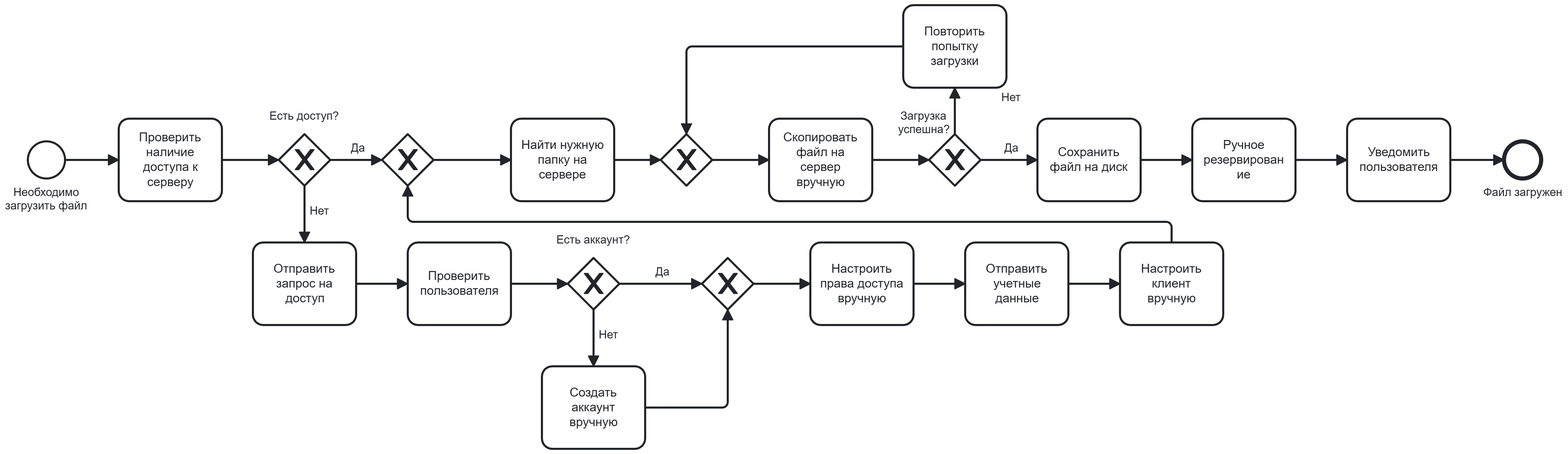
This is docs/imgs/as-is-file-management.png from Nice0Man/object-storage, a BPMN export, as it was before one commit. Its source is kept beside it as docs/bpmn/as-is-file-management.bpmn. Ids are renumbered.
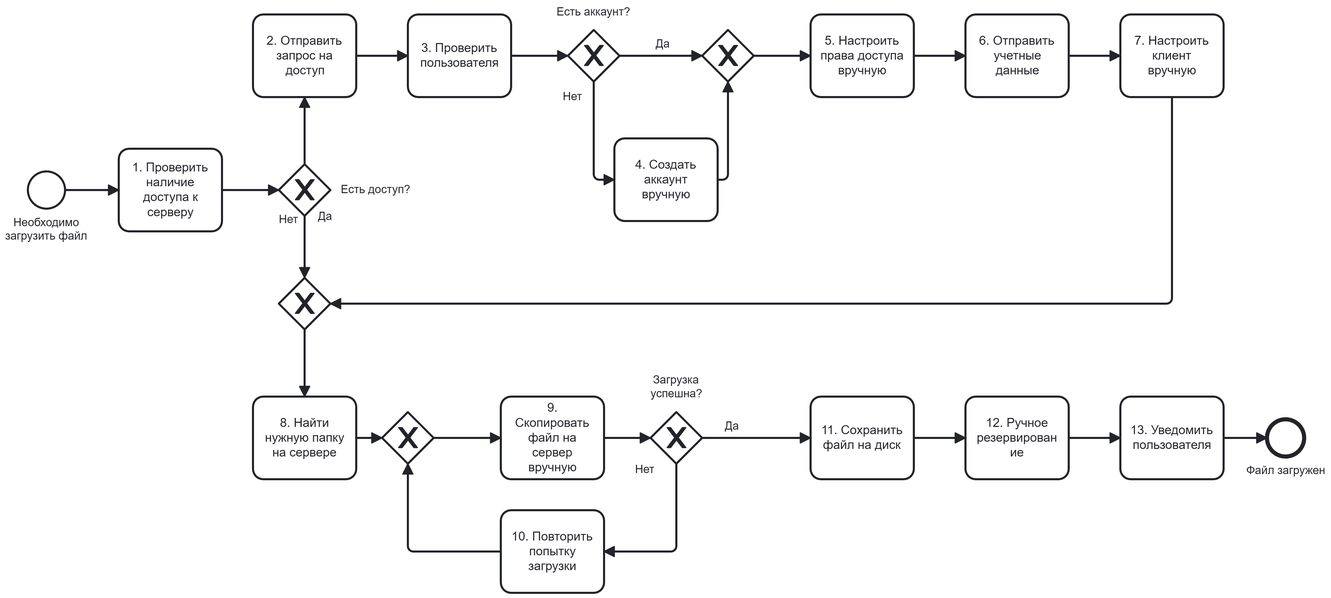
Above is the later version.

What changed in the source:
```diff
@@ -3,7 +3,7 @@
     <bpmn:startEvent id="Event_Start" name="Необходимо загрузить файл">
       <bpmn:outgoing>Flow_1</bpmn:outgoing>
     </bpmn:startEvent>
-    <bpmn:task id="Task_CheckAccess" name="Проверить наличие доступа к серверу">
+    <bpmn:task id="Task_CheckAccess" name="1. Проверить наличие доступа к серверу">
       <bpmn:incoming>Flow_1</bpmn:incoming>
       <bpmn:outgoing>Flow_2</bpmn:outgoing>
     </bpmn:task>
@@ -12,11 +12,11 @@
       <bpmn:outgoing>Flow_3_Yes</bpmn:outgoing>
       <bpmn:outgoing>Flow_3_No</bpmn:outgoing>
     </bpmn:exclusiveGateway>
-    <bpmn:task id="Task_RequestAccess" name="Отправить запрос на доступ">
+    <bpmn:task id="Task_RequestAccess" name="2. Отправить запрос на доступ">
       <bpmn:incoming>Flow_3_No</bpmn:incoming>
       <bpmn:outgoing>Flow_4</bpmn:outgoing>
     </bpmn:task>
-    <bpmn:task id="Task_CheckUser" name="Проверить пользователя">
+    <bpmn:task id="Task_CheckUser" name="3. Проверить пользователя">
       <bpmn:incoming>Flow_4</bpmn:incoming>
       <bpmn:outgoing>Flow_5</bpmn:outgoing>
     </bpmn:task>
@@ -25,7 +25,7 @@
       <bpmn:outgoing>Flow_6_Yes</bpmn:outgoing>
       <bpmn:outgoing>Flow_6_No</bpmn:outgoing>
     </bpmn:exclusiveGateway>
-    <bpmn:task id="Task_CreateAccount" name="Создать аккаунт вручную">
+    <bpmn:task id="Task_CreateAccount" name="4. Создать аккаунт вручную">
       <bpmn:incoming>Flow_6_No</bpmn:incoming>
       <bpmn:outgoing>Flow_7</bpmn:outgoing>
     </bpmn:task>
@@ -34,15 +34,15 @@
       <bpmn:incoming>Flow_7</bpmn:incoming>
       <bpmn:outgoing>Flow_8</bpmn:outgoing>
     </bpmn:exclusiveGateway>
-    <bpmn:task id="Task_ConfigurePermissions" name="Настроить права доступа вручную">
+    <bpmn:task id="Task_ConfigurePermissions" name="5. Настроить права доступа вручную">
       <bpmn:incoming>Flow_8</bpmn:incoming>
       <bpmn:outgoing>Flow_9</bpmn:outgoing>
     </bpmn:task>
-    <bpmn:task id="Task_SendCredentials" name="Отправить учетные данные">
+    <bpmn:task id="Task_SendCredentials" name="6. Отправить учетные данные">
       <bpmn:incoming>Flow_9</bpmn:incoming>
       <bpmn:outgoing>Flow_10</bpmn:outgoing>
     </bpmn:task>
-    <bpmn:task id="Task_ConfigureClient" name="Настроить клиент вручную">
+    <bpmn:task id="Task_ConfigureClient" name="7. Настроить клиент вручную">
       <bpmn:incoming>Flow_10</bpmn:incoming>
       <bpmn:outgoing>Flow_11</bpmn:outgoing>
     </bpmn:task>
@@ -51,16 +51,16 @@
       <bpmn:incoming>Flow_11</bpmn:incoming>
       <bpmn:outgoing>Flow_12</bpmn:outgoing>
     </bpmn:exclusiveGateway>
-    <bpmn:task id="Task_FindFolder" name="Найти нужную папку на сервере">
+    <bpmn:task id="Task_FindFolder" name="8. Найти нужную папку на сервере">
       <bpmn:incoming>Flow_12</bpmn:incoming>
       <bpmn:outgoing>Flow_13</bpmn:outgoing>
     </bpmn:task>
     <bpmn:exclusiveGateway id="Gateway_BeforeUpload" name="">
+      <bpmn:incoming>Flow_Retry</bpmn:incoming>
       <bpmn:incoming>Flow_13</bpmn:incoming>
-      <bpmn:incoming>Flow_Retry</bpmn:incoming>
       <bpmn:outgoing>Flow_14</bpmn:outgoing>
     </bpmn:exclusiveGateway>
-    <bpmn:task id="Task_UploadFile" name="Скопировать файл на сервер вручную">
+    <bpmn:task id="Task_UploadFile" name="9. Скопировать файл на сервер вручную">
       <bpmn:incoming>Flow_14</bpmn:incoming>
       <bpmn:outgoing>Flow_15</bpmn:outgoing>
     </bpmn:task>
@@ -69,19 +69,19 @@
       <bpmn:outgoing>Flow_16_Yes</bpmn:outgoing>
       <bpmn:outgoing>Flow_16_No</bpmn:outgoing>
     </bpmn:exclusiveGateway>
-    <bpmn:task id="Task_RetryUpload" name="Повторить попытку загрузки">
+    <bpmn:task id="Task_RetryUpload" name="10. Повторить попытку загрузки">
       <bpmn:incoming>Flow_16_No</bpmn:incoming>
       <bpmn:outgoing>Flow_Retry</bpmn:outgoing>
     </bpmn:task>
-    <bpmn:task id="Task_SaveFile" name="Сохранить файл на диск">
+    <bpmn:task id="Task_SaveFile" name="11. Сохранить файл на диск">
       <bpmn:incoming>Flow_16_Yes</bpmn:incoming>
       <bpmn:outgoing>Flow_17</bpmn:outgoing>
     </bpmn:task>
-    <bpmn:task id="Task_ManualBackup" name="Ручное резервирование">
+    <bpmn:task id="Task_ManualBackup" name="12. Ручное резервирование">
       <bpmn:incoming>Flow_17</bpmn:incoming>
       <bpmn:outgoing>Flow_18</bpmn:outgoing>
     </bpmn:task>
-    <bpmn:task id="Task_NotifyUser" name="Уведомить пользователя">
+    <bpmn:task id="Task_NotifyUser" name="13. Уведомить пользователя">
       <bpmn:incoming>Flow_18</bpmn:incoming>
       <bpmn:outgoing>Flow_19</bpmn:outgoing>
     </bpmn:task>
@@ -115,196 +115,197 @@
   <bpmndi:BPMNDiagram id="BPMNDiagram_1">
     <bpmndi:BPMNPlane id="BPMNPlane_1" bpmnElement="Process_AsIs_FileManagement">
       <bpmndi:BPMNShape id="Event_Start_di" bpmnElement="Event_Start">
-        <dc:Bounds x="152" y="212" width="36" height="36" />
+        <dc:Bounds x="152" y="242" width="36" height="36" />
         <bpmndi:BPMNLabel>
-          <dc:Bounds x="130" y="255" width="80" height="27" />
+          <dc:Bounds x="130" y="285" width="80" height="27" />
         </bpmndi:BPMNLabel>
       </bpmndi:BPMNShape>
       <bpmndi:BPMNShape id="Task_CheckAccess_di" bpmnElement="Task_CheckAccess">
-        <dc:Bounds x="240" y="190" width="100" height="80" />
+        <dc:Bounds x="240" y="220" width="100" height="80" />
       </bpmndi:BPMNShape>
       <bpmndi:BPMNShape id="Gateway_HasAccess_di" bpmnElement="Gateway_HasAccess" isMarkerVisible="true">
-        <dc:Bounds x="395" y="205" width="50" height="50" />
+        <dc:Bounds x="395" y="235" width="50" height="50" />
         <bpmndi:BPMNLabel>
-          <dc:Bounds x="386" y="181" width="68" height="14" />
+          <dc:Bounds x="455" y="253" width="68" height="14" />
         </bpmndi:BPMNLabel>
       </bpmndi:BPMNShape>
+      <bpmndi:BPMNShape id="Gateway_MergeAccess_di" bpmnElement="Gateway_MergeAccess" isMarkerVisible="true">
+        <dc:Bounds x="395" y="345" width="50" height="50" />
+      </bpmndi:BPMNShape>
+      <bpmndi:BPMNShape id="Task_FindFolder_di" bpmnElement="Task_FindFolder">
+        <dc:Bounds x="370" y="460" width="100" height="80" />
+      </bpmndi:BPMNShape>
       <bpmndi:BPMNShape id="Task_RequestAccess_di" bpmnElement="Task_RequestAccess">
-        <dc:Bounds x="370" y="310" width="100" height="80" />
+        <dc:Bounds x="370" y="90" width="100" height="80" />
       </bpmndi:BPMNShape>
       <bpmndi:BPMNShape id="Task_CheckUser_di" bpmnElement="Task_CheckUser">
-        <dc:Bounds x="520" y="310" width="100" height="80" />
+        <dc:Bounds x="520" y="90" width="100" height="80" />
       </bpmndi:BPMNShape>
       <bpmndi:BPMNShape id="Gateway_UserExists_di" bpmnElement="Gateway_UserExists" isMarkerVisible="true">
-        <dc:Bounds x="675" y="325" width="50" height="50" />
+        <dc:Bounds x="675" y="105" width="50" height="50" />
         <bpmndi:BPMNLabel>
-          <dc:Bounds x="664" y="301" width="72" height="14" />
+          <dc:Bounds x="664" y="81" width="72" height="14" />
         </bpmndi:BPMNLabel>
       </bpmndi:BPMNShape>
       <bpmndi:BPMNShape id="Task_CreateAccount_di" bpmnElement="Task_CreateAccount">
-        <dc:Bounds x="650" y="430" width="100" height="80" />
+        <dc:Bounds x="720" y="210" width="100" height="80" />
       </bpmndi:BPMNShape>
       <bpmndi:BPMNShape id="Gateway_MergeAccount_di" bpmnElement="Gateway_MergeAccount" isMarkerVisible="true">
-        <dc:Bounds x="805" y="325" width="50" height="50" />
+        <dc:Bounds x="805" y="105" width="50" height="50" />
       </bpmndi:BPMNShape>
       <bpmndi:BPMNShape id="Task_ConfigurePermissions_di" bpmnElement="Task_ConfigurePermissions">
-        <dc:Bounds x="910" y="310" width="100" height="80" />
+        <dc:Bounds x="910" y="90" width="100" height="80" />
       </bpmndi:BPMNShape>
       <bpmndi:BPMNShape id="Task_SendCredentials_di" bpmnElement="Task_SendCredentials">
-        <dc:Bounds x="1060" y="310" width="100" height="80" />
+        <dc:Bounds x="1060" y="90" width="100" height="80" />
       </bpmndi:BPMNShape>
       <bpmndi:BPMNShape id="Task_ConfigureClient_di" bpmnElement="Task_ConfigureClient">
-        <dc:Bounds x="1210" y="310" width="100" height="80" />
+        <dc:Bounds x="1210" y="90" width="100" height="80" />
       </bpmndi:BPMNShape>
       <bpmndi:BPMNShape id="Gateway_BeforeUpload_di" bpmnElement="Gateway_BeforeUpload" isMarkerVisible="true">
-        <dc:Bounds x="765" y="205" width="50" height="50" />
+        <dc:Bounds x="495" y="475" width="50" height="50" />
+      </bpmndi:BPMNShape>
+      <bpmndi:BPMNShape id="Task_SaveFile_di" bpmnElement="Task_SaveFile">
+        <dc:Bounds x="910" y="460" width="100" height="80" />
+      </bpmndi:BPMNShape>
+      <bpmndi:BPMNShape id="Task_ManualBackup_di" bpmnElement="Task_ManualBackup">
+        <dc:Bounds x="1060" y="460" width="100" height="80" />
+      </bpmndi:BPMNShape>
+      <bpmndi:BPMNShape id="Task_NotifyUser_di" bpmnElement="Task_NotifyUser">
+        <dc:Bounds x="1210" y="460" width="100" height="80" />
+      </bpmndi:BPMNShape>
+      <bpmndi:BPMNShape id="Event_End_di" bpmnElement="Event_End">
+        <dc:Bounds x="1352" y="482" width="36" height="36" />
+        <bpmndi:BPMNLabel>
+          <dc:Bounds x="1332" y="525" width="77" height="14" />
+        </bpmndi:BPMNLabel>
       </bpmndi:BPMNShape>
       <bpmndi:BPMNShape id="Task_UploadFile_di" bpmnElement="Task_UploadFile">
-        <dc:Bounds x="870" y="190" width="100" height="80" />
+        <dc:Bounds x="610" y="460" width="100" height="80" />
+      </bpmndi:BPMNShape>
+      <bpmndi:BPMNShape id="Task_RetryUpload_di" bpmnElement="Task_RetryUpload">
+        <dc:Bounds x="610" y="570" width="100" height="80" />
       </bpmndi:BPMNShape>
       <bpmndi:BPMNShape id="Gateway_UploadSuccess_di" bpmnElement="Gateway_UploadSuccess" isMarkerVisible="true">
-        <dc:Bounds x="1025" y="205" width="50" height="50" />
+        <dc:Bounds x="755" y="475" width="50" height="50" />
         <bpmndi:BPMNLabel>
-          <dc:Bounds x="995" y="181" width="50" height="27" />
+          <dc:Bounds x="755" y="437.5" width="50" height="27" />
         </bpmndi:BPMNLabel>
       </bpmndi:BPMNShape>
-      <bpmndi:BPMNShape id="Task_RetryUpload_di" bpmnElement="Task_RetryUpload">
-        <dc:Bounds x="1000" y="80" width="100" height="80" />
-      </bpmndi:BPMNShape>
-      <bpmndi:BPMNShape id="Task_SaveFile_di" bpmnElement="Task_SaveFile">
-        <dc:Bounds x="1130" y="190" width="100" height="80" />
-      </bpmndi:BPMNShape>
-      <bpmndi:BPMNShape id="Task_ManualBackup_di" bpmnElement="Task_ManualBackup">
-        <dc:Bounds x="1280" y="190" width="100" height="80" />
-      </bpmndi:BPMNShape>
-      <bpmndi:BPMNShape id="Task_NotifyUser_di" bpmnElement="Task_NotifyUser">
-        <dc:Bounds x="1430" y="190" width="100" height="80" />
-      </bpmndi:BPMNShape>
-      <bpmndi:BPMNShape id="Event_End_di" bpmnElement="Event_End">
-        <dc:Bounds x="1582" y="212" width="36" height="36" />
-        <bpmndi:BPMNLabel>
-          <dc:Bounds x="1562" y="255" width="77" height="14" />
-        </bpmndi:BPMNLabel>
-      </bpmndi:BPMNShape>
-      <bpmndi:BPMNShape id="Gateway_MergeAccess_di" bpmnElement="Gateway_MergeAccess" isMarkerVisible="true">
-        <dc:Bounds x="495" y="205" width="50" height="50" />
-      </bpmndi:BPMNShape>
-      <bpmndi:BPMNShape id="Task_FindFolder_di" bpmnElement="Task_FindFolder">
-        <dc:Bounds x="620" y="190" width="100" height="80" />
-      </bpmndi:BPMNShape>
       <bpmndi:BPMNEdge id="Flow_1_di" bpmnElement="Flow_1">
-        <di:waypoint x="188" y="230" />
-        <di:waypoint x="240" y="230" />
+        <di:waypoint x="188" y="260" />
+        <di:waypoint x="240" y="260" />
       </bpmndi:BPMNEdge>
       <bpmndi:BPMNEdge id="Flow_2_di" bpmnElement="Flow_2">
-        <di:waypoint x="340" y="230" />
-        <di:waypoint x="395" y="230" />
+        <di:waypoint x="340" y="260" />
+        <di:waypoint x="395" y="260" />
       </bpmndi:BPMNEdge>
       <bpmndi:BPMNEdge id="Flow_3_Yes_di" bpmnElement="Flow_3_Yes">
-        <di:waypoint x="445" y="230" />
-        <di:waypoint x="495" y="230" />
+        <di:waypoint x="420" y="285" />
+        <di:waypoint x="420" y="345" />
         <bpmndi:BPMNLabel>
-          <dc:Bounds x="465" y="212" width="13" height="14" />
+          <dc:Bounds x="433" y="279" width="13" height="14" />
         </bpmndi:BPMNLabel>
       </bpmndi:BPMNEdge>
       <bpmndi:BPMNEdge id="Flow_3_No_di" bpmnElement="Flow_3_No">
-        <di:waypoint x="420" y="255" />
-        <di:waypoint x="420" y="310" />
+        <di:waypoint x="420" y="235" />
+        <di:waypoint x="420" y="170" />
         <bpmndi:BPMNLabel>
-          <dc:Bounds x="425" y="273" width="20" height="14" />
+          <dc:Bounds x="395" y="282" width="20" height="14" />
         </bpmndi:BPMNLabel>
       </bpmndi:BPMNEdge>
+      <bpmndi:BPMNEdge id="Flow_11_di" bpmnElement="Flow_11">
+        <di:waypoint x="1260" y="170" />
+        <di:waypoint x="1260" y="370" />
+        <di:waypoint x="445" y="370" />
+      </bpmndi:BPMNEdge>
+      <bpmndi:BPMNEdge id="Flow_12_di" bpmnElement="Flow_12">
+        <di:waypoint x="420" y="395" />
+        <di:waypoint x="420" y="460" />
+      </bpmndi:BPMNEdge>
+      <bpmndi:BPMNEdge id="Flow_13_di" bpmnElement="Flow_13">
+        <di:waypoint x="470" y="500" />
+        <di:waypoint x="495" y="500" />
+      </bpmndi:BPMNEdge>
       <bpmndi:BPMNEdge id="Flow_4_di" bpmnElement="Flow_4">
-        <di:waypoint x="470" y="350" />
-        <di:waypoint x="520" y="350" />
+        <di:waypoint x="470" y="130" />
+        <di:waypoint x="520" y="130" />
       </bpmndi:BPMNEdge>
       <bpmndi:BPMNEdge id="Flow_5_di" bpmnElement="Flow_5">
-        <di:waypoint x="620" y="350" />
-        <di:waypoint x="675" y="350" />
+        <di:waypoint x="620" y="130" />
+        <di:waypoint x="675" y="130" />
       </bpmndi:BPMNEdge>
       <bpmndi:BPMNEdge id="Flow_6_Yes_di" bpmnElement="Flow_6_Yes">
-        <di:waypoint x="725" y="350" />
-        <di:waypoint x="805" y="350" />
+        <di:waypoint x="725" y="130" />
+        <di:waypoint x="805" y="130" />
         <bpmndi:BPMNLabel>
-          <dc:Bounds x="760" y="332" width="13" height="14" />
+          <dc:Bounds x="760" y="112" width="13" height="14" />
         </bpmndi:BPMNLabel>
       </bpmndi:BPMNEdge>
       <bpmndi:BPMNEdge id="Flow_6_No_di" bpmnElement="Flow_6_No">
-        <di:waypoint x="700" y="375" />
-        <di:waypoint x="700" y="430" />
+        <di:waypoint x="700" y="155" />
+        <di:waypoint x="700" y="250" />
+        <di:waypoint x="720" y="250" />
         <bpmndi:BPMNLabel>
-          <dc:Bounds x="705" y="393" width="20" height="14" />
+          <dc:Bounds x="670" y="163" width="20" height="14" />
         </bpmndi:BPMNLabel>
       </bpmndi:BPMNEdge>
       <bpmndi:BPMNEdge id="Flow_7_di" bpmnElement="Flow_7">
-        <di:waypoint x="750" y="470" />
-        <di:waypoint x="830" y="470" />
-        <di:waypoint x="830" y="375" />
+        <di:waypoint x="820" y="250" />
+        <di:waypoint x="830" y="250" />
+        <di:waypoint x="830" y="155" />
       </bpmndi:BPMNEdge>
       <bpmndi:BPMNEdge id="Flow_8_di" bpmnElement="Flow_8">
-        <di:waypoint x="855" y="350" />
-        <di:waypoint x="910" y="350" />
+        <di:waypoint x="855" y="130" />
+        <di:waypoint x="910" y="130" />
       </bpmndi:BPMNEdge>
       <bpmndi:BPMNEdge id="Flow_9_di" bpmnElement="Flow_9">
-        <di:waypoint x="1010" y="350" />
-        <di:waypoint x="1060" y="350" />
+        <di:waypoint x="1010" y="130" />
+        <di:waypoint x="1060" y="130" />
       </bpmndi:BPMNEdge>
       <bpmndi:BPMNEdge id="Flow_10_di" bpmnElement="Flow_10">
-        <di:waypoint x="1160" y="350" />
-        <di:waypoint x="1210" y="350" />
+        <di:waypoint x="1160" y="130" />
+        <di:waypoint x="1210" y="130" />
       </bpmndi:BPMNEdge>
-      <bpmndi:BPMNEdge id="Flow_11_di" bpmnElement="Flow_11">
-        <di:waypoint x="1260" y="310" />
-        <di:waypoint x="1260" y="290" />
-        <di:waypoint x="520" y="290" />
-        <di:waypoint x="520" y="255" />
-      </bpmndi:BPMNEdge>
-      <bpmndi:BPMNEdge id="Flow_12_di" bpmnElement="Flow_12">
-        <di:waypoint x="545" y="230" />
-        <di:waypoint x="620" y="230" />
-      </bpmndi:BPMNEdge>
-      <bpmndi:BPMNEdge id="Flow_13_di" bpmnElement="Flow_13">
-        <di:waypoint x="720" y="230" />
-        <di:waypoint x="765" y="230" />
+      <bpmndi:BPMNEdge id="Flow_Retry_di" bpmnElement="Flow_Retry">
+        <di:waypoint x="610" y="610" />
+        <di:waypoint x="520" y="610" />
+        <di:waypoint x="520" y="525" />
       </bpmndi:BPMNEdge>
       <bpmndi:BPMNEdge id="Flow_14_di" bpmnElement="Flow_14">
-        <di:waypoint x="815" y="230" />
-        <di:waypoint x="870" y="230" />
+        <di:waypoint x="545" y="500" />
+        <di:waypoint x="610" y="500" />
+      </bpmndi:BPMNEdge>
+      <bpmndi:BPMNEdge id="Flow_19_di" bpmnElement="Flow_19">
+        <di:waypoint x="1310" y="500" />
+        <di:waypoint x="1352" y="500" />
       </bpmndi:BPMNEdge>
       <bpmndi:BPMNEdge id="Flow_15_di" bpmnElement="Flow_15">
-        <di:waypoint x="970" y="230" />
-        <di:waypoint x="1025" y="230" />
+        <di:waypoint x="710" y="500" />
+        <di:waypoint x="755" y="500" />
       </bpmndi:BPMNEdge>
       <bpmndi:BPMNEdge id="Flow_16_Yes_di" bpmnElement="Flow_16_Yes">
-        <di:waypoint x="1075" y="230" />
-        <di:waypoint x="1130" y="230" />
+        <di:waypoint x="805" y="500" />
+        <di:waypoint x="910" y="500" />
         <bpmndi:BPMNLabel>
-          <dc:Bounds x="1098" y="212" width="13" height="14" />
+          <dc:Bounds x="827" y="482" width="13" height="14" />
         </bpmndi:BPMNLabel>
       </bpmndi:BPMNEdge>
       <bpmndi:BPMNEdge id="Flow_16_No_di" bpmnElement="Flow_16_No">
-        <di:waypoint x="1050" y="205" />
-        <di:waypoint x="1050" y="160" />
+        <di:waypoint x="780" y="525" />
+        <di:waypoint x="780" y="610" />
+        <di:waypoint x="710" y="610" />
         <bpmndi:BPMNLabel>
-          <dc:Bounds x="1095" y="163" width="20" height="14" />
+          <dc:Bounds x="740" y="524" width="20" height="14" />
         </bpmndi:BPMNLabel>
       </bpmndi:BPMNEdge>
-      <bpmndi:BPMNEdge id="Flow_Retry_di" bpmnElement="Flow_Retry">
-        <di:waypoint x="1000" y="120" />
-        <di:waypoint x="790" y="120" />
-        <di:waypoint x="790" y="205" />
-      </bpmndi:BPMNEdge>
       <bpmndi:BPMNEdge id="Flow_17_di" bpmnElement="Flow_17">
-        <di:waypoint x="1230" y="230" />
-        <di:waypoint x="1280" y="230" />
+        <di:waypoint x="1010" y="500" />
+        <di:waypoint x="1060" y="500" />
       </bpmndi:BPMNEdge>
       <bpmndi:BPMNEdge id="Flow_18_di" bpmnElement="Flow_18">
-        <di:waypoint x="1380" y="230" />
-        <di:waypoint x="1430" y="230" />
-      </bpmndi:BPMNEdge>
-      <bpmndi:BPMNEdge id="Flow_19_di" bpmnElement="Flow_19">
-        <di:waypoint x="1530" y="230" />
-        <di:waypoint x="1582" y="230" />
+        <di:waypoint x="1160" y="500" />
+        <di:waypoint x="1210" y="500" />
       </bpmndi:BPMNEdge>
     </bpmndi:BPMNPlane>
   </bpmndi:BPMNDiagram>
```
